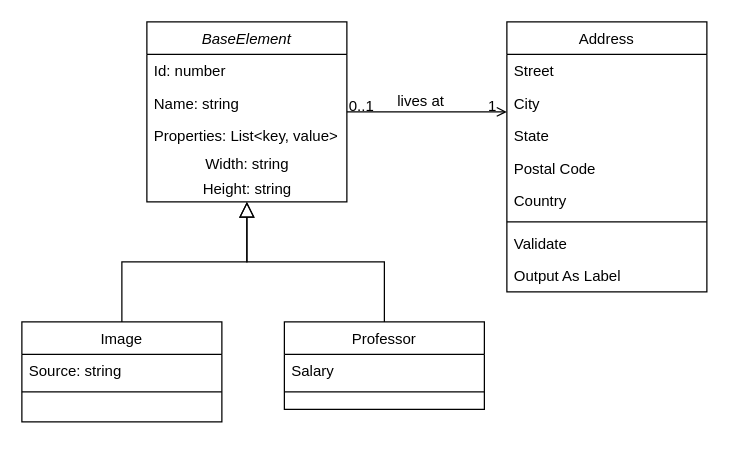
Above: meta-model.drawio in dmiAnd/Common (draw.io), before the change. Source tidied: cells renumbered, new cells numbered last; positions are measured from the earlier drawing's top-left corner, leaving out a move shared by most shapes. Both pictures are drawn from the tidied source at 125%, with x=0, y=0 at pixel (21, 21).
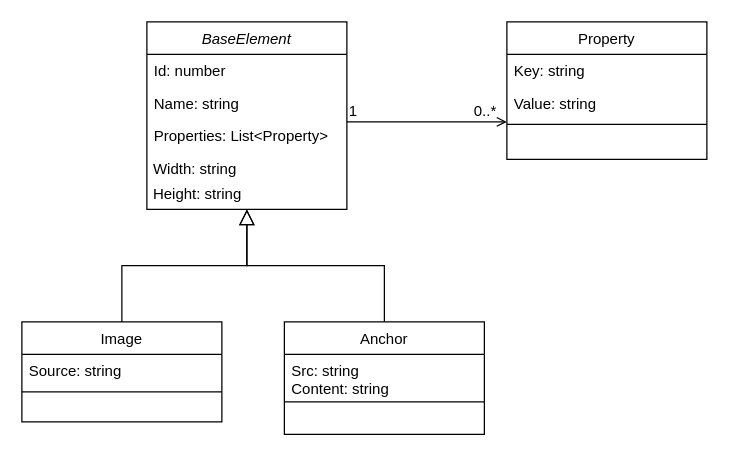
After the change.

What changed in the source:
```diff
@@
     <mxCell id="2" value="BaseElement" style="swimlane;fontStyle=2;align=center;verticalAlign=top;horizontal=1;startSize=26;rounded=0;shadow=0;strokeWidth=1;" parent="1" vertex="1">
-      <mxGeometry x="100" width="160" height="144" as="geometry" />
+      <mxGeometry x="100" width="160" height="150" as="geometry" />
     </mxCell>
@@
-    <mxCell id="5" value="Properties: List&lt;key, value&gt;" style="text;align=left;verticalAlign=top;spacingLeft=4;spacingRight=4;overflow=hidden;rounded=0;shadow=0;html=0;" parent="2" vertex="1">
+    <mxCell id="5" value="Properties: List&lt;Property&gt;" style="text;align=left;verticalAlign=top;spacingLeft=4;spacingRight=4;overflow=hidden;rounded=0;shadow=0;html=0;" parent="2" vertex="1">
       <mxGeometry y="78" width="160" height="26" as="geometry" />
     </mxCell>
-    <mxCell id="6" value="Width: string" style="text;html=1;align=center;verticalAlign=middle;strokeColor=none;fillColor=none;" parent="2" vertex="1">
+    <mxCell id="6" value="&amp;nbsp;Width: string" style="text;html=1;align=left;verticalAlign=top;strokeColor=none;fillColor=none;" parent="2" vertex="1">
       <mxGeometry y="104" width="160" height="20" as="geometry" />
     </mxCell>
-    <mxCell id="7" value="Height: string" style="text;html=1;align=center;verticalAlign=middle;strokeColor=none;fillColor=none;" parent="2" vertex="1">
+    <mxCell id="7" value="&amp;nbsp;Height: string" style="text;html=1;align=left;verticalAlign=top;strokeColor=none;fillColor=none;" parent="2" vertex="1">
       <mxGeometry y="124" width="160" height="20" as="geometry" />
     </mxCell>
@@
-    <mxCell id="12" value="Professor" style="swimlane;fontStyle=0;align=center;verticalAlign=top;horizontal=1;startSize=26;rounded=0;shadow=0;strokeWidth=1;" parent="1" vertex="1">
-      <mxGeometry x="210" y="240" width="160" height="70" as="geometry" />
+    <mxCell id="12" value="Anchor" style="swimlane;fontStyle=0;align=center;verticalAlign=top;horizontal=1;startSize=26;rounded=0;shadow=0;strokeWidth=1;" parent="1" vertex="1">
+      <mxGeometry x="210" y="240" width="160" height="90" as="geometry" />
     </mxCell>
-    <mxCell id="13" value="Salary" style="text;align=left;verticalAlign=top;spacingLeft=4;spacingRight=4;overflow=hidden;" parent="12" vertex="1">
-      <mxGeometry y="26" width="160" height="26" as="geometry" />
+    <mxCell id="13" value="Src: string&#10;Content: string" style="text;align=left;verticalAlign=top;spacingLeft=4;spacingRight=4;overflow=hidden;" parent="12" vertex="1">
+      <mxGeometry y="26" width="160" height="34" as="geometry" />
     </mxCell>
     <mxCell id="14" style="line;html=1;strokeWidth=1;align=left;verticalAlign=middle;spacingTop=-1;spacingLeft=3;spacingRight=3;labelPosition=right;" parent="12" vertex="1">
-      <mxGeometry y="52" width="160" height="8" as="geometry" />
+      <mxGeometry y="60" width="160" height="8" as="geometry" />
     </mxCell>
@@
-    <mxCell id="16" value="Address" style="swimlane;fontStyle=0;align=center;verticalAlign=top;horizontal=1;startSize=26;rounded=0;shadow=0;strokeWidth=1;" parent="1" vertex="1">
-      <mxGeometry x="388" width="160" height="216" as="geometry" />
+    <mxCell id="16" value="Property" style="swimlane;fontStyle=0;align=center;verticalAlign=top;horizontal=1;startSize=26;rounded=0;shadow=0;strokeWidth=1;" parent="1" vertex="1">
+      <mxGeometry x="388" width="160" height="110" as="geometry" />
     </mxCell>
-    <mxCell id="17" value="Street" style="text;align=left;verticalAlign=top;spacingLeft=4;spacingRight=4;overflow=hidden;" parent="16" vertex="1">
+    <mxCell id="17" value="Key: string" style="text;align=left;verticalAlign=top;spacingLeft=4;spacingRight=4;overflow=hidden;" parent="16" vertex="1">
       <mxGeometry y="26" width="160" height="26" as="geometry" />
     </mxCell>
-    <mxCell id="18" value="City" style="text;align=left;verticalAlign=top;spacingLeft=4;spacingRight=4;overflow=hidden;rounded=0;shadow=0;html=0;" parent="16" vertex="1">
-      <mxGeometry y="52" width="160" height="26" as="geometry" />
-    </mxCell>
-    <mxCell id="19" value="State" style="text;align=left;verticalAlign=top;spacingLeft=4;spacingRight=4;overflow=hidden;rounded=0;shadow=0;html=0;" parent="16" vertex="1">
-      <mxGeometry y="78" width="160" height="26" as="geometry" />
-    </mxCell>
-    <mxCell id="20" value="Postal Code" style="text;align=left;verticalAlign=top;spacingLeft=4;spacingRight=4;overflow=hidden;rounded=0;shadow=0;html=0;" parent="16" vertex="1">
-      <mxGeometry y="104" width="160" height="26" as="geometry" />
-    </mxCell>
-    <mxCell id="21" value="Country" style="text;align=left;verticalAlign=top;spacingLeft=4;spacingRight=4;overflow=hidden;rounded=0;shadow=0;html=0;" parent="16" vertex="1">
-      <mxGeometry y="130" width="160" height="26" as="geometry" />
-    </mxCell>
+    <mxCell id="29" value="Value: string" style="text;align=left;verticalAlign=top;spacingLeft=4;spacingRight=4;overflow=hidden;rounded=0;shadow=0;html=0;" parent="16" vertex="1">
+      <mxGeometry y="52" width="160" height="26" as="geometry" />
+    </mxCell>
     <mxCell id="22" style="line;html=1;strokeWidth=1;align=left;verticalAlign=middle;spacingTop=-1;spacingLeft=3;spacingRight=3;labelPosition=right;" parent="16" vertex="1">
-      <mxGeometry y="156" width="160" height="8" as="geometry" />
+      <mxGeometry y="78" width="160" height="8" as="geometry" />
     </mxCell>
-    <mxCell id="23" value="Validate" style="text;align=left;verticalAlign=top;spacingLeft=4;spacingRight=4;overflow=hidden;" parent="16" vertex="1">
-      <mxGeometry y="164" width="160" height="26" as="geometry" />
-    </mxCell>
-    <mxCell id="24" value="Output As Label" style="text;align=left;verticalAlign=top;spacingLeft=4;spacingRight=4;overflow=hidden;" parent="16" vertex="1">
-      <mxGeometry y="190" width="160" height="26" as="geometry" />
-    </mxCell>
-    <mxCell id="25" style="endArrow=open;shadow=0;strokeWidth=1;rounded=0;endFill=1;edgeStyle=elbowEdgeStyle;elbow=vertical;" parent="1" edge="1" source="2" target="16">
+    <mxCell id="25" style="endArrow=open;shadow=0;strokeWidth=1;rounded=0;endFill=1;edgeStyle=elbowEdgeStyle;elbow=vertical;" parent="1" edge="1">
       <mxGeometry x="0.5" y="41" relative="1" as="geometry">
+        <mxPoint x="260" y="80" as="sourcePoint" />
+        <mxPoint x="388" y="80" as="targetPoint" />
         <mxPoint x="-40" y="32" as="offset" />
       </mxGeometry>
     </mxCell>
-    <mxCell id="26" value="0..1" style="align=left;verticalAlign=bottom;labelBackgroundColor=none;fontSize=12;" parent="25" vertex="1">
-      <mxGeometry x="-1" relative="1" as="geometry">
-        <mxPoint y="4" as="offset" />
-      </mxGeometry>
+    <mxCell id="26" value="1" style="align=left;verticalAlign=bottom;labelBackgroundColor=none;fontSize=12;" parent="25" vertex="1">
+      <mxGeometry x="-1" relative="1" as="geometry" />
     </mxCell>
-    <mxCell id="27" value="1" style="align=right;verticalAlign=bottom;labelBackgroundColor=none;fontSize=12;" parent="25" vertex="1">
+    <mxCell id="27" value="0..*" style="align=right;verticalAlign=bottom;labelBackgroundColor=none;fontSize=12;" parent="25" vertex="1">
       <mxGeometry x="1" relative="1" as="geometry">
-        <mxPoint x="-7" y="4" as="offset" />
+        <mxPoint x="-7" as="offset" />
       </mxGeometry>
     </mxCell>
-    <mxCell id="28" value="lives at" style="text;html=1;align=center;verticalAlign=middle;labelBackgroundColor=none;rounded=0;shadow=0;strokeWidth=1;fontSize=12;" parent="25" vertex="1">
-      <mxGeometry x="0.5" y="49" relative="1" as="geometry">
-        <mxPoint x="-38" y="40" as="offset" />
-      </mxGeometry>
-    </mxCell>
```
